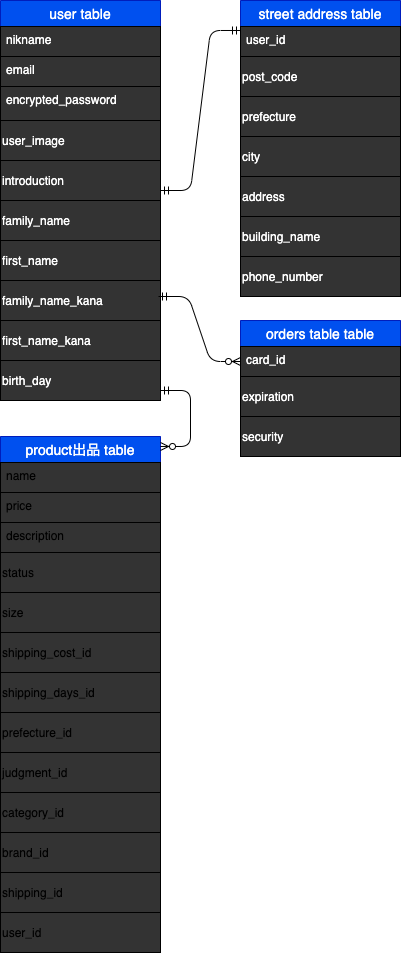
The draw.io diagram db.png in yosida0929/furima-31487, before a commit. Source tidied: cells renumbered, new cells last; positions are measured from the earlier drawing's top-left corner, leaving out a move shared by most shapes.
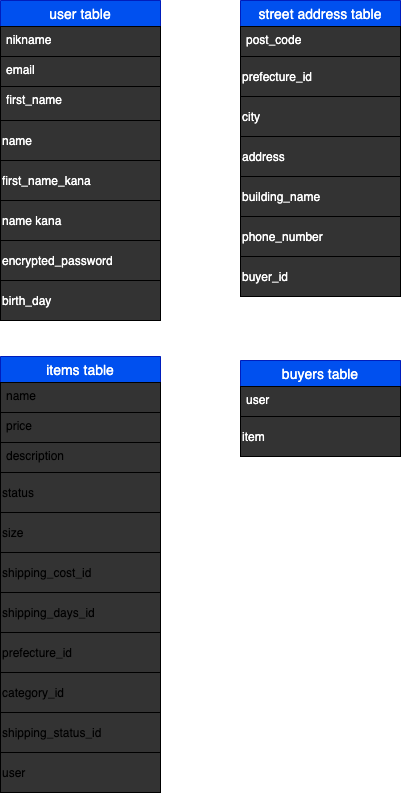
After the commit.

Commit message:
DB 設計 README ER図修正9

Change to the diagram source:
```diff
@@ -11,56 +11,50 @@
     <mxCell id="4" value="email" style="text;spacingLeft=4;spacingRight=4;overflow=hidden;fontSize=12;whiteSpace=wrap;fillColor=#333333;strokeColor=#000000;fontColor=#FFFFFF;" parent="2" vertex="1">
       <mxGeometry y="56" width="160" height="30" as="geometry" />
     </mxCell>
-    <mxCell id="5" value="encrypted_password" style="text;spacingLeft=4;spacingRight=4;overflow=hidden;fontSize=12;whiteSpace=wrap;labelBackgroundColor=none;fillColor=#333333;strokeColor=#000000;fontColor=#FFFFFF;" parent="2" vertex="1">
+    <mxCell id="5" value="first_name" style="text;spacingLeft=4;spacingRight=4;overflow=hidden;fontSize=12;whiteSpace=wrap;labelBackgroundColor=none;fillColor=#333333;strokeColor=#000000;fontColor=#FFFFFF;" parent="2" vertex="1">
       <mxGeometry y="86" width="160" height="34" as="geometry" />
     </mxCell>
-    <mxCell id="6" value="user_image" style="align=left;labelBackgroundColor=none;whiteSpace=wrap;fillColor=#333333;strokeColor=#000000;fontColor=#FFFFFF;" parent="1" vertex="1">
+    <mxCell id="6" value="name" style="align=left;labelBackgroundColor=none;whiteSpace=wrap;fillColor=#333333;strokeColor=#000000;fontColor=#FFFFFF;" parent="1" vertex="1">
       <mxGeometry y="120" width="160" height="40" as="geometry" />
     </mxCell>
-    <mxCell id="7" value="introduction" style="whiteSpace=wrap;align=left;fillColor=#333333;strokeColor=#000000;fontColor=#FFFFFF;" parent="1" vertex="1">
+    <mxCell id="7" value="first_name_kana" style="whiteSpace=wrap;align=left;fillColor=#333333;strokeColor=#000000;fontColor=#FFFFFF;" parent="1" vertex="1">
       <mxGeometry y="160" width="160" height="40" as="geometry" />
     </mxCell>
-    <mxCell id="8" value="family_name" style="whiteSpace=wrap;align=left;fillColor=#333333;strokeColor=#000000;fontColor=#FFFFFF;" parent="1" vertex="1">
+    <mxCell id="8" value="name kana" style="whiteSpace=wrap;align=left;fillColor=#333333;strokeColor=#000000;fontColor=#FFFFFF;" parent="1" vertex="1">
       <mxGeometry y="200" width="160" height="40" as="geometry" />
     </mxCell>
-    <mxCell id="9" value="first_name" style="whiteSpace=wrap;align=left;fillColor=#333333;strokeColor=#000000;fontColor=#FFFFFF;" parent="1" vertex="1">
+    <mxCell id="9" value="encrypted_password" style="whiteSpace=wrap;align=left;fillColor=#333333;strokeColor=#000000;fontColor=#FFFFFF;" parent="1" vertex="1">
       <mxGeometry y="240" width="160" height="40" as="geometry" />
     </mxCell>
-    <mxCell id="10" value="family_name_kana" style="whiteSpace=wrap;align=left;fillColor=#333333;strokeColor=#000000;fontColor=#FFFFFF;" parent="1" vertex="1">
+    <mxCell id="10" value="birth_day" style="whiteSpace=wrap;align=left;fillColor=#333333;strokeColor=#000000;fontColor=#FFFFFF;" parent="1" vertex="1">
       <mxGeometry y="280" width="160" height="40" as="geometry" />
     </mxCell>
-    <mxCell id="11" value="first_name_kana" style="whiteSpace=wrap;align=left;fillColor=#333333;strokeColor=#000000;fontColor=#FFFFFF;" parent="1" vertex="1">
-      <mxGeometry y="320" width="160" height="40" as="geometry" />
-    </mxCell>
-    <mxCell id="12" value="birth_day" style="whiteSpace=wrap;align=left;fillColor=#333333;strokeColor=#000000;fontColor=#FFFFFF;" parent="1" vertex="1">
-      <mxGeometry y="360" width="160" height="40" as="geometry" />
-    </mxCell>
     <mxCell id="13" value="street address table" style="swimlane;fontStyle=0;horizontal=1;startSize=26;align=center;fontSize=14;fillColor=#0050ef;strokeColor=#001DBC;fontColor=#ffffff;" parent="1" vertex="1">
       <mxGeometry x="240" width="160" height="56" as="geometry" />
     </mxCell>
-    <mxCell id="14" value="user_id" style="text;spacingLeft=4;spacingRight=4;overflow=hidden;points=[[0,0.5],[1,0.5]];portConstraint=eastwest;fontSize=12;fillColor=#333333;strokeColor=#000000;fontColor=#FFFFFF;" parent="13" vertex="1">
+    <mxCell id="14" value="post_code" style="text;spacingLeft=4;spacingRight=4;overflow=hidden;points=[[0,0.5],[1,0.5]];portConstraint=eastwest;fontSize=12;fillColor=#333333;strokeColor=#000000;fontColor=#FFFFFF;" parent="13" vertex="1">
       <mxGeometry y="26" width="160" height="30" as="geometry" />
     </mxCell>
-    <mxCell id="15" value="post_code" style="whiteSpace=wrap;align=left;gradientColor=none;fillColor=#333333;strokeColor=#000000;fontColor=#FFFFFF;" parent="1" vertex="1">
+    <mxCell id="15" value="prefecture_id" style="whiteSpace=wrap;align=left;gradientColor=none;fillColor=#333333;strokeColor=#000000;fontColor=#FFFFFF;" parent="1" vertex="1">
       <mxGeometry x="240" y="56" width="160" height="40" as="geometry" />
     </mxCell>
-    <mxCell id="16" value="prefecture" style="whiteSpace=wrap;align=left;gradientColor=none;fillColor=#333333;strokeColor=#000000;fontColor=#FFFFFF;" parent="1" vertex="1">
+    <mxCell id="16" value="city" style="whiteSpace=wrap;align=left;gradientColor=none;fillColor=#333333;strokeColor=#000000;fontColor=#FFFFFF;" parent="1" vertex="1">
       <mxGeometry x="240" y="96" width="160" height="40" as="geometry" />
     </mxCell>
-    <mxCell id="17" value="city" style="whiteSpace=wrap;align=left;gradientColor=none;fillColor=#333333;strokeColor=#000000;fontColor=#FFFFFF;" parent="1" vertex="1">
+    <mxCell id="17" value="address" style="whiteSpace=wrap;align=left;gradientColor=none;fillColor=#333333;strokeColor=#000000;fontColor=#FFFFFF;" parent="1" vertex="1">
       <mxGeometry x="240" y="136" width="160" height="40" as="geometry" />
     </mxCell>
-    <mxCell id="18" value="address " style="whiteSpace=wrap;align=left;gradientColor=none;fillColor=#333333;strokeColor=#000000;fontColor=#FFFFFF;" parent="1" vertex="1">
+    <mxCell id="18" value="building_name" style="whiteSpace=wrap;align=left;gradientColor=none;fillColor=#333333;strokeColor=#000000;fontColor=#FFFFFF;" parent="1" vertex="1">
       <mxGeometry x="240" y="176" width="160" height="40" as="geometry" />
     </mxCell>
-    <mxCell id="19" value="building_name" style="whiteSpace=wrap;align=left;gradientColor=none;fillColor=#333333;strokeColor=#000000;fontColor=#FFFFFF;" parent="1" vertex="1">
+    <mxCell id="19" value="phone_number" style="whiteSpace=wrap;align=left;gradientColor=none;fillColor=#333333;strokeColor=#000000;fontColor=#FFFFFF;" parent="1" vertex="1">
       <mxGeometry x="240" y="216" width="160" height="40" as="geometry" />
     </mxCell>
-    <mxCell id="20" value="phone_number" style="whiteSpace=wrap;align=left;gradientColor=none;fillColor=#333333;strokeColor=#000000;fontColor=#FFFFFF;" parent="1" vertex="1">
+    <mxCell id="20" value="buyer_id" style="whiteSpace=wrap;align=left;gradientColor=none;fillColor=#333333;strokeColor=#000000;fontColor=#FFFFFF;" parent="1" vertex="1">
       <mxGeometry x="240" y="256" width="160" height="40" as="geometry" />
     </mxCell>
-    <mxCell id="21" value="product出品 table" style="swimlane;fontStyle=0;horizontal=1;startSize=26;align=center;fontSize=14;fillColor=#0050ef;strokeColor=#001DBC;fontColor=#ffffff;" parent="1" vertex="1">
-      <mxGeometry y="436" width="160" height="116" as="geometry" />
+    <mxCell id="21" value="items table" style="swimlane;fontStyle=0;horizontal=1;startSize=26;align=center;fontSize=14;fillColor=#0050ef;strokeColor=#001DBC;fontColor=#ffffff;" parent="1" vertex="1">
+      <mxGeometry y="356" width="160" height="116" as="geometry" />
     </mxCell>
     <mxCell id="22" value="name" style="text;spacingLeft=4;spacingRight=4;overflow=hidden;fontSize=12;fillColor=#333333;strokeColor=#000000;" parent="21" vertex="1">
       <mxGeometry y="26" width="160" height="30" as="geometry" />
@@ -72,59 +66,37 @@
       <mxGeometry y="86" width="160" height="30" as="geometry" />
     </mxCell>
     <mxCell id="25" value="status" style="whiteSpace=wrap;align=left;gradientColor=none;fillColor=#333333;strokeColor=#000000;" parent="1" vertex="1">
-      <mxGeometry y="552" width="160" height="40" as="geometry" />
+      <mxGeometry y="472" width="160" height="40" as="geometry" />
     </mxCell>
     <mxCell id="26" value="size" style="whiteSpace=wrap;align=left;gradientColor=none;fillColor=#333333;strokeColor=#000000;" parent="1" vertex="1">
-      <mxGeometry y="592" width="160" height="40" as="geometry" />
+      <mxGeometry y="512" width="160" height="40" as="geometry" />
     </mxCell>
     <mxCell id="27" value="shipping_cost_id" style="whiteSpace=wrap;align=left;gradientColor=none;fillColor=#333333;strokeColor=#000000;" parent="1" vertex="1">
-      <mxGeometry y="632" width="160" height="40" as="geometry" />
+      <mxGeometry y="552" width="160" height="40" as="geometry" />
     </mxCell>
     <mxCell id="28" value="shipping_days_id" style="whiteSpace=wrap;align=left;gradientColor=none;fillColor=#333333;strokeColor=#000000;" parent="1" vertex="1">
-      <mxGeometry y="672" width="160" height="40" as="geometry" />
+      <mxGeometry y="592" width="160" height="40" as="geometry" />
     </mxCell>
     <mxCell id="29" value="prefecture_id" style="whiteSpace=wrap;align=left;gradientColor=none;fillColor=#333333;strokeColor=#000000;" parent="1" vertex="1">
-      <mxGeometry y="712" width="160" height="40" as="geometry" />
+      <mxGeometry y="632" width="160" height="40" as="geometry" />
     </mxCell>
-    <mxCell id="30" value="judgment_id" style="whiteSpace=wrap;align=left;gradientColor=none;fillColor=#333333;strokeColor=#000000;" parent="1" vertex="1">
-      <mxGeometry y="752" width="160" height="40" as="geometry" />
+    <mxCell id="30" value="category_id" style="whiteSpace=wrap;align=left;gradientColor=none;fillColor=#333333;strokeColor=#000000;" parent="1" vertex="1">
+      <mxGeometry y="672" width="160" height="40" as="geometry" />
     </mxCell>
-    <mxCell id="31" value="category_id" style="whiteSpace=wrap;align=left;gradientColor=none;fillColor=#333333;strokeColor=#000000;" parent="1" vertex="1">
-      <mxGeometry y="792" width="160" height="40" as="geometry" />
+    <mxCell id="31" value="shipping_status_id" style="whiteSpace=wrap;align=left;gradientColor=none;fillColor=#333333;strokeColor=#000000;" parent="1" vertex="1">
+      <mxGeometry y="712" width="160" height="40" as="geometry" />
     </mxCell>
-    <mxCell id="32" value="brand_id" style="whiteSpace=wrap;align=left;gradientColor=none;fillColor=#333333;strokeColor=#000000;" parent="1" vertex="1">
-      <mxGeometry y="832" width="160" height="40" as="geometry" />
-    </mxCell>
-    <mxCell id="33" value="shipping_id " style="whiteSpace=wrap;align=left;gradientColor=none;fillColor=#333333;strokeColor=#000000;" parent="1" vertex="1">
-      <mxGeometry y="872" width="160" height="40" as="geometry" />
-    </mxCell>
-    <mxCell id="34" value="user_id" style="whiteSpace=wrap;align=left;gradientColor=none;fillColor=#333333;strokeColor=#000000;" parent="1" vertex="1">
-      <mxGeometry y="912" width="160" height="40" as="geometry" />
-    </mxCell>
-    <mxCell id="35" style="edgeStyle=entityRelationEdgeStyle;fontSize=12;html=1;endArrow=ERmandOne;startArrow=ERmandOne;exitX=1;exitY=0.5;exitDx=0;exitDy=0;entryX=0;entryY=0.133;entryDx=0;entryDy=0;entryPerimeter=0;" parent="1" edge="1" target="14">
-      <mxGeometry relative="1" as="geometry">
-        <mxPoint x="160" y="190" as="sourcePoint" />
-      </mxGeometry>
-    </mxCell>
-    <mxCell id="36" style="edgeStyle=entityRelationEdgeStyle;fontSize=12;html=1;endArrow=ERzeroToMany;startArrow=ERmandOne;verticalAlign=middle;exitX=1;exitY=0.75;exitDx=0;exitDy=0;entryX=1;entryY=0.086;entryDx=0;entryDy=0;entryPerimeter=0;" parent="1" edge="1" source="12" target="21">
-      <mxGeometry relative="1" as="geometry" />
-    </mxCell>
-    <mxCell id="37" value="orders table table" style="swimlane;fontStyle=0;horizontal=1;startSize=26;align=center;fontSize=14;fillColor=#0050ef;strokeColor=#001DBC;fontColor=#ffffff;" parent="1" vertex="1">
-      <mxGeometry x="240" y="320" width="160" height="56" as="geometry" />
+    <mxCell id="37" value="buyers table" style="swimlane;fontStyle=0;horizontal=1;startSize=26;align=center;fontSize=14;fillColor=#0050ef;strokeColor=#001DBC;fontColor=#ffffff;" parent="1" vertex="1">
+      <mxGeometry x="240" y="360" width="160" height="56" as="geometry" />
     </mxCell>
-    <mxCell id="38" value="card_id" style="text;spacingLeft=4;spacingRight=4;overflow=hidden;points=[[0,0.5],[1,0.5]];portConstraint=eastwest;fontSize=12;fillColor=#333333;strokeColor=#000000;fontColor=#FFFFFF;" parent="37" vertex="1">
+    <mxCell id="38" value="user" style="text;spacingLeft=4;spacingRight=4;overflow=hidden;points=[[0,0.5],[1,0.5]];portConstraint=eastwest;fontSize=12;fillColor=#333333;strokeColor=#000000;fontColor=#FFFFFF;" parent="37" vertex="1">
       <mxGeometry y="26" width="160" height="30" as="geometry" />
     </mxCell>
-    <mxCell id="39" value="expiration" style="whiteSpace=wrap;align=left;gradientColor=none;fillColor=#333333;strokeColor=#000000;fontColor=#FFFFFF;" parent="1" vertex="1">
-      <mxGeometry x="240" y="376" width="160" height="40" as="geometry" />
+    <mxCell id="39" value="item" style="whiteSpace=wrap;align=left;gradientColor=none;fillColor=#333333;strokeColor=#000000;fontColor=#FFFFFF;" parent="1" vertex="1">
+      <mxGeometry x="240" y="416" width="160" height="40" as="geometry" />
     </mxCell>
-    <mxCell id="40" value="security" style="whiteSpace=wrap;align=left;gradientColor=none;fillColor=#333333;strokeColor=#000000;fontColor=#FFFFFF;" parent="1" vertex="1">
-      <mxGeometry x="240" y="416" width="160" height="40" as="geometry" />
-    </mxCell>
-    <mxCell id="41" style="edgeStyle=entityRelationEdgeStyle;fontSize=12;html=1;endArrow=ERzeroToMany;startArrow=ERmandOne;verticalAlign=middle;exitX=1;exitY=0.75;exitDx=0;exitDy=0;" parent="1" edge="1" target="38">
-      <mxGeometry relative="1" as="geometry">
-        <mxPoint x="158" y="296" as="sourcePoint" />
-      </mxGeometry>
-    </mxCell>
+    <mxCell id="42" value="user" style="whiteSpace=wrap;align=left;gradientColor=none;fillColor=#333333;strokeColor=#000000;" parent="1" vertex="1">
+      <mxGeometry y="752" width="160" height="40" as="geometry" />
+    </mxCell>
   </root>
 </mxGraphModel>
```
